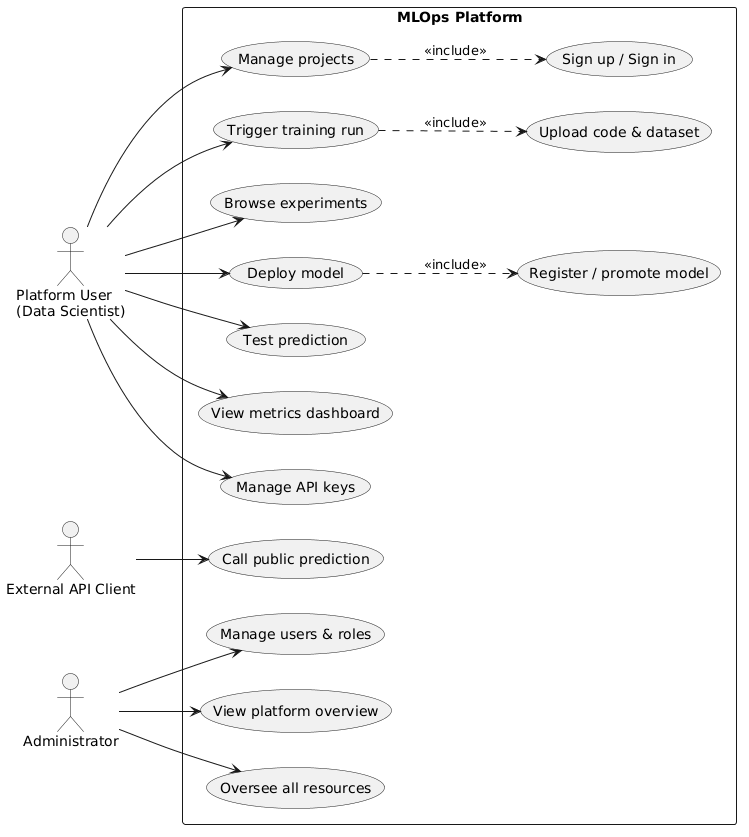
This is report/images/usecase_global.png from Firas-Mahjoubi/pfe-mlops, a PlantUML export, as it was before one commit.
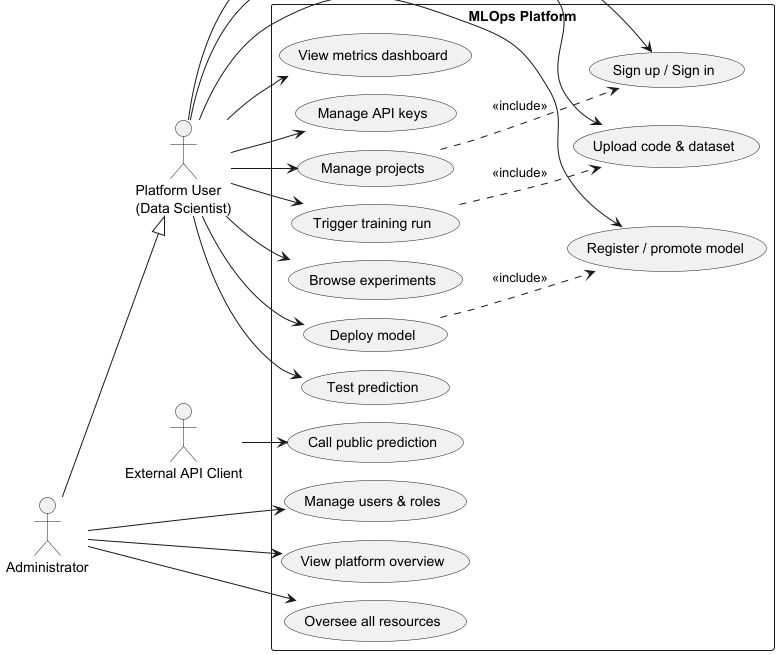
After the commit.

Change to the diagram source:
```diff
@@ -1,4 +1,5 @@
-@startuml
+@startuml usecase_global
+!pragma layout smetana
 left to right direction
 skinparam packageStyle rectangle
 skinparam shadowing false
@@ -24,9 +25,12 @@
   usecase "Oversee all resources"    as UC14
 }
 
+User --> UC1
 User --> UC2
+User --> UC3
 User --> UC4
 User --> UC5
+User --> UC6
 User --> UC7
 User --> UC8
 User --> UC9
@@ -36,6 +40,8 @@
 Admin --> UC13
 Admin --> UC14
 
+Admin --|> User
+
 UC2 ..> UC1 : <<include>>
 UC4 ..> UC3 : <<include>>
 UC7 ..> UC6 : <<include>>
```
